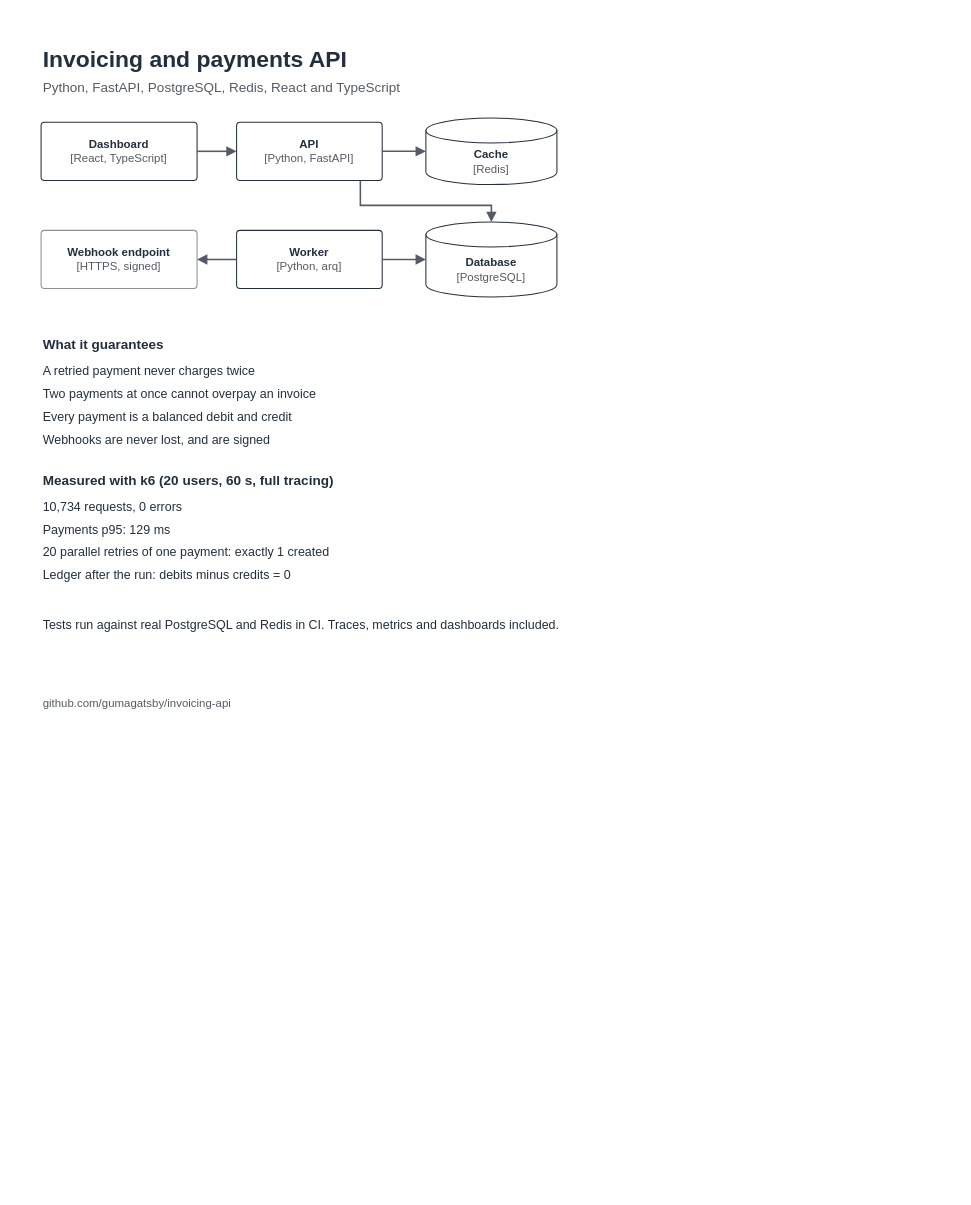
Earlier version of the draw.io diagram docs/linkedin-architecture.drawio (gumagatsby/invoicing-api). Source tidied: cells renumbered, new cells numbered last; positions are measured from the earlier drawing's top-left corner, leaving out a move shared by most shapes. Both pictures are drawn from the tidied source at 104%, with x=0, y=0 at pixel (18, 18). Pictures stored in the file or linked from it are replaced by grey dashed boxes.
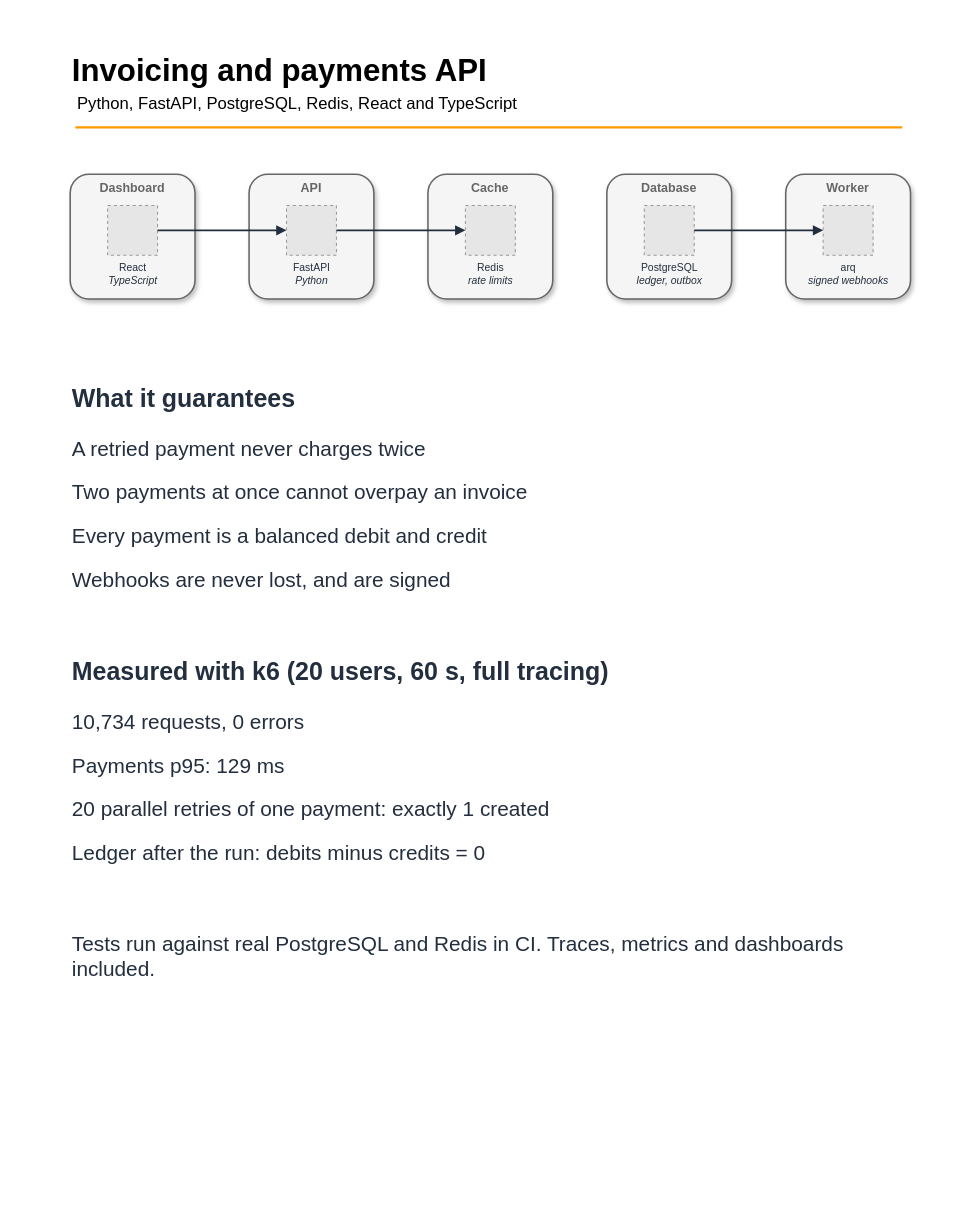
After the change.

Commit message (it also covers changes not shown here):
Redraw the flow diagram and LinkedIn card to match the architecture diagram

The edit, as a diff of the source:
```diff
@@
-<mxGraphModel background="#FFFFFF">
+<mxGraphModel>
@@
-    <mxCell id="2" style="rounded=0;fillColor=#FFFFFF;strokeColor=none;" parent="1" vertex="1">
-      <mxGeometry width="540" height="675" as="geometry" />
-    </mxCell>
+    <mxCell id="28" style="rounded=0;fillColor=none;strokeColor=none;" parent="1" vertex="1">
+      <mxGeometry width="900" height="1125" as="geometry" />
+    </mxCell>
+    <mxCell id="29" style="group;fontFamily=Helvetica;" parent="1" vertex="1">
+      <mxGeometry x="50" y="30" width="800" height="83" as="geometry" />
+    </mxCell>
-    <mxCell id="3" value="Invoicing and payments API" style="text;html=1;strokeColor=none;fillColor=none;align=left;verticalAlign=top;whiteSpace=wrap;fontSize=22;fontColor=#232F3E;fontStyle=1;" parent="1" vertex="1">
-      <mxGeometry x="22" y="20" width="500" height="30" as="geometry" />
+    <mxCell id="3" value="Invoicing and payments API" style="text;html=1;align=left;verticalAlign=top;spacingTop=-4;fontSize=30;fontStyle=1;fontFamily=Helvetica;" parent="29" vertex="1">
+      <mxGeometry width="800" height="42" as="geometry" />
     </mxCell>
-    <mxCell id="4" value="Python, FastAPI, PostgreSQL, Redis, React and TypeScript" style="text;html=1;strokeColor=none;fillColor=none;align=left;verticalAlign=top;whiteSpace=wrap;fontSize=13;fontColor=#545B64;fontStyle=0;" parent="1" vertex="1">
-      <mxGeometry x="22" y="52" width="500" height="20" as="geometry" />
+    <mxCell id="4" value="Python, FastAPI, PostgreSQL, Redis, React and TypeScript" style="text;html=1;align=left;verticalAlign=top;spacingTop=-4;fontSize=16;fontFamily=Helvetica;" parent="29" vertex="1">
+      <mxGeometry x="5" y="40" width="790" height="25" as="geometry" />
     </mxCell>
-    <mxCell id="5" value="&lt;b&gt;Dashboard&lt;/b&gt;&lt;br&gt;&lt;span style='color:#545B64'&gt;[React, TypeScript]&lt;/span&gt;" style="rounded=1;arcSize=6;whiteSpace=wrap;html=1;fillColor=#FFFFFF;strokeColor=#232F3E;strokeWidth=1;fontColor=#232F3E;fontSize=11;verticalAlign=middle;spacing=8;" parent="1" vertex="1">
-      <mxGeometry x="22" y="100" width="150" height="56" as="geometry" />
-    </mxCell>
-    <mxCell id="6" value="&lt;b&gt;API&lt;/b&gt;&lt;br&gt;&lt;span style='color:#545B64'&gt;[Python, FastAPI]&lt;/span&gt;" style="rounded=1;arcSize=6;whiteSpace=wrap;html=1;fillColor=#FFFFFF;strokeColor=#232F3E;strokeWidth=1;fontColor=#232F3E;fontSize=11;verticalAlign=middle;spacing=8;" parent="1" vertex="1">
-      <mxGeometry x="210" y="100" width="140" height="56" as="geometry" />
-    </mxCell>
-    <mxCell id="7" value="&lt;b&gt;Cache&lt;/b&gt;&lt;br&gt;&lt;span style='color:#545B64'&gt;[Redis]&lt;/span&gt;" style="shape=cylinder3;whiteSpace=wrap;html=1;boundedLbl=1;size=12;fillColor=#FFFFFF;strokeColor=#232F3E;strokeWidth=1;fontColor=#232F3E;fontSize=11;" parent="1" vertex="1">
-      <mxGeometry x="392" y="96" width="126" height="64" as="geometry" />
-    </mxCell>
-    <mxCell id="8" value="&lt;b&gt;Database&lt;/b&gt;&lt;br&gt;&lt;span style='color:#545B64'&gt;[PostgreSQL]&lt;/span&gt;" style="shape=cylinder3;whiteSpace=wrap;html=1;boundedLbl=1;size=12;fillColor=#FFFFFF;strokeColor=#232F3E;strokeWidth=1;fontColor=#232F3E;fontSize=11;" parent="1" vertex="1">
-      <mxGeometry x="392" y="196" width="126" height="72" as="geometry" />
-    </mxCell>
-    <mxCell id="9" value="&lt;b&gt;Worker&lt;/b&gt;&lt;br&gt;&lt;span style='color:#545B64'&gt;[Python, arq]&lt;/span&gt;" style="rounded=1;arcSize=6;whiteSpace=wrap;html=1;fillColor=#FFFFFF;strokeColor=#232F3E;strokeWidth=1;fontColor=#232F3E;fontSize=11;verticalAlign=middle;spacing=8;" parent="1" vertex="1">
-      <mxGeometry x="210" y="204" width="140" height="56" as="geometry" />
-    </mxCell>
-    <mxCell id="10" value="&lt;b&gt;Webhook endpoint&lt;/b&gt;&lt;br&gt;&lt;span style='color:#545B64'&gt;[HTTPS, signed]&lt;/span&gt;" style="rounded=1;arcSize=6;whiteSpace=wrap;html=1;fillColor=#FFFFFF;strokeColor=#879196;strokeWidth=1;fontColor=#232F3E;fontSize=11;verticalAlign=middle;spacing=8;" parent="1" vertex="1">
-      <mxGeometry x="22" y="204" width="150" height="56" as="geometry" />
-    </mxCell>
-    <mxCell id="11" style="edgeStyle=orthogonalEdgeStyle;rounded=0;html=1;endArrow=block;endFill=1;strokeColor=#545B64;strokeWidth=1.5;fontSize=11;fontColor=#232F3E;labelBackgroundColor=#FFFFFF;" parent="1" edge="1" source="5" target="6">
-      <mxGeometry relative="1" as="geometry" />
-    </mxCell>
-    <mxCell id="12" style="edgeStyle=orthogonalEdgeStyle;rounded=0;html=1;endArrow=block;endFill=1;strokeColor=#545B64;strokeWidth=1.5;fontSize=11;fontColor=#232F3E;labelBackgroundColor=#FFFFFF;" parent="1" edge="1" source="6" target="7">
-      <mxGeometry relative="1" as="geometry" />
-    </mxCell>
-    <mxCell id="13" style="edgeStyle=orthogonalEdgeStyle;rounded=0;html=1;endArrow=block;endFill=1;strokeColor=#545B64;strokeWidth=1.5;fontSize=11;fontColor=#232F3E;labelBackgroundColor=#FFFFFF;exitX=0.85;exitY=1;exitDx=0;exitDy=0;entryX=0.5;entryY=0;entryDx=0;entryDy=0;" parent="1" edge="1" source="6" target="8">
-      <mxGeometry relative="1" as="geometry">
-        <Array as="points">
-          <mxPoint x="329" y="180" />
-          <mxPoint x="455" y="180" />
-        </Array>
-      </mxGeometry>
-    </mxCell>
-    <mxCell id="14" style="edgeStyle=orthogonalEdgeStyle;rounded=0;html=1;endArrow=block;endFill=1;strokeColor=#545B64;strokeWidth=1.5;fontSize=11;fontColor=#232F3E;labelBackgroundColor=#FFFFFF;" parent="1" edge="1" source="9" target="8">
-      <mxGeometry relative="1" as="geometry" />
-    </mxCell>
-    <mxCell id="15" style="edgeStyle=orthogonalEdgeStyle;rounded=0;html=1;endArrow=block;endFill=1;strokeColor=#545B64;strokeWidth=1.5;fontSize=11;fontColor=#232F3E;labelBackgroundColor=#FFFFFF;" parent="1" edge="1" source="9" target="10">
-      <mxGeometry relative="1" as="geometry" />
-    </mxCell>
+    <mxCell id="30" style="line;strokeWidth=2;html=1;fontSize=14;strokeColor=#FF9900;fontFamily=Helvetica;" parent="29" vertex="1">
+      <mxGeometry x="5" y="70" width="795" height="10" as="geometry" />
+    </mxCell>
+    <mxCell id="31" value="Dashboard" style="fillColor=#F5F5F5;strokeColor=#666666;rounded=1;whiteSpace=wrap;html=1;verticalAlign=top;fontStyle=1;fontSize=12;fontColor=#666666;fontFamily=Helvetica;shadow=1;strokeWidth=1.5;" parent="1" vertex="1">
+      <mxGeometry x="50" y="150" width="120" height="120" as="geometry" />
+    </mxCell>
+    <mxCell id="32" value="React&lt;div&gt;&lt;i&gt;TypeScript&lt;/i&gt;&lt;/div&gt;" style="fillColor=#E6E6E6;strokeColor=#999999;dashed=1;verticalLabelPosition=bottom;verticalAlign=top;align=center;html=1;fontSize=10;fontColor=#232F3E;fontFamily=Helvetica;" parent="31" vertex="1">
+      <mxGeometry x="36" y="30" width="48" height="48" as="geometry" />
+    </mxCell>
+    <mxCell id="33" value="API" style="fillColor=#F5F5F5;strokeColor=#666666;rounded=1;whiteSpace=wrap;html=1;verticalAlign=top;fontStyle=1;fontSize=12;fontColor=#666666;fontFamily=Helvetica;shadow=1;strokeWidth=1.5;" parent="1" vertex="1">
+      <mxGeometry x="222" y="150" width="120" height="120" as="geometry" />
+    </mxCell>
+    <mxCell id="34" value="FastAPI&lt;div&gt;&lt;i&gt;Python&lt;/i&gt;&lt;/div&gt;" style="fillColor=#E6E6E6;strokeColor=#999999;dashed=1;verticalLabelPosition=bottom;verticalAlign=top;align=center;html=1;fontSize=10;fontColor=#232F3E;fontFamily=Helvetica;" parent="33" vertex="1">
+      <mxGeometry x="36" y="30" width="48" height="48" as="geometry" />
+    </mxCell>
+    <mxCell id="35" value="Cache" style="fillColor=#F5F5F5;strokeColor=#666666;rounded=1;whiteSpace=wrap;html=1;verticalAlign=top;fontStyle=1;fontSize=12;fontColor=#666666;fontFamily=Helvetica;shadow=1;strokeWidth=1.5;" parent="1" vertex="1">
+      <mxGeometry x="394" y="150" width="120" height="120" as="geometry" />
+    </mxCell>
+    <mxCell id="36" value="Redis&lt;div&gt;&lt;i&gt;rate limits&lt;/i&gt;&lt;/div&gt;" style="fillColor=#E6E6E6;strokeColor=#999999;dashed=1;verticalLabelPosition=bottom;verticalAlign=top;align=center;html=1;fontSize=10;fontColor=#232F3E;fontFamily=Helvetica;" parent="35" vertex="1">
+      <mxGeometry x="36" y="30" width="48" height="48" as="geometry" />
+    </mxCell>
+    <mxCell id="37" value="Database" style="fillColor=#F5F5F5;strokeColor=#666666;rounded=1;whiteSpace=wrap;html=1;verticalAlign=top;fontStyle=1;fontSize=12;fontColor=#666666;fontFamily=Helvetica;shadow=1;strokeWidth=1.5;" parent="1" vertex="1">
+      <mxGeometry x="566" y="150" width="120" height="120" as="geometry" />
+    </mxCell>
+    <mxCell id="38" value="PostgreSQL&lt;div&gt;&lt;i&gt;ledger, outbox&lt;/i&gt;&lt;/div&gt;" style="fillColor=#E6E6E6;strokeColor=#999999;dashed=1;verticalLabelPosition=bottom;verticalAlign=top;align=center;html=1;fontSize=10;fontColor=#232F3E;fontFamily=Helvetica;" parent="37" vertex="1">
+      <mxGeometry x="36" y="30" width="48" height="48" as="geometry" />
+    </mxCell>
+    <mxCell id="39" value="Worker" style="fillColor=#F5F5F5;strokeColor=#666666;rounded=1;whiteSpace=wrap;html=1;verticalAlign=top;fontStyle=1;fontSize=12;fontColor=#666666;fontFamily=Helvetica;shadow=1;strokeWidth=1.5;" parent="1" vertex="1">
+      <mxGeometry x="738" y="150" width="120" height="120" as="geometry" />
+    </mxCell>
+    <mxCell id="40" value="arq&lt;div&gt;&lt;i&gt;signed webhooks&lt;/i&gt;&lt;/div&gt;" style="fillColor=#E6E6E6;strokeColor=#999999;dashed=1;verticalLabelPosition=bottom;verticalAlign=top;align=center;html=1;fontSize=10;fontColor=#232F3E;fontFamily=Helvetica;" parent="39" vertex="1">
+      <mxGeometry x="36" y="30" width="48" height="48" as="geometry" />
+    </mxCell>
+    <mxCell id="41" style="edgeStyle=orthogonalEdgeStyle;rounded=0;jettySize=auto;html=1;endArrow=block;endFill=1;strokeWidth=1.5;strokeColor=light-dark(#232F3E,#D4D4D4);fontFamily=Helvetica;exitX=1;exitY=0.5;exitDx=0;exitDy=0;entryX=0;entryY=0.5;entryDx=0;entryDy=0;" parent="1" edge="1" source="32" target="34">
+      <mxGeometry relative="1" as="geometry" />
+    </mxCell>
+    <mxCell id="42" style="edgeStyle=orthogonalEdgeStyle;rounded=0;jettySize=auto;html=1;endArrow=block;endFill=1;strokeWidth=1.5;strokeColor=light-dark(#232F3E,#D4D4D4);fontFamily=Helvetica;exitX=1;exitY=0.5;exitDx=0;exitDy=0;entryX=0;entryY=0.5;entryDx=0;entryDy=0;" parent="1" edge="1" source="34" target="36">
+      <mxGeometry relative="1" as="geometry" />
+    </mxCell>
+    <mxCell id="43" style="edgeStyle=orthogonalEdgeStyle;rounded=0;jettySize=auto;html=1;endArrow=block;endFill=1;strokeWidth=1.5;strokeColor=light-dark(#232F3E,#D4D4D4);fontFamily=Helvetica;exitX=1;exitY=0.5;exitDx=0;exitDy=0;entryX=0;entryY=0.5;entryDx=0;entryDy=0;" parent="1" edge="1" source="38" target="40">
+      <mxGeometry relative="1" as="geometry" />
+    </mxCell>
-    <mxCell id="16" value="What it guarantees" style="text;html=1;strokeColor=none;fillColor=none;align=left;verticalAlign=top;whiteSpace=wrap;fontSize=13;fontColor=#232F3E;fontStyle=1;" parent="1" vertex="1">
-      <mxGeometry x="22" y="300" width="500" height="20" as="geometry" />
+    <mxCell id="16" value="What it guarantees" style="text;html=1;align=left;verticalAlign=top;whiteSpace=wrap;fontFamily=Helvetica;fontColor=light-dark(#232F3E,#D4D4D4);fontSize=24;fontStyle=1;" parent="1" vertex="1">
+      <mxGeometry x="50" y="345" width="800" height="34" as="geometry" />
     </mxCell>
-    <mxCell id="17" value="A retried payment never charges twice" style="text;html=1;strokeColor=none;fillColor=none;align=left;verticalAlign=top;whiteSpace=wrap;fontSize=12;fontColor=#232F3E;fontStyle=0;" parent="1" vertex="1">
-      <mxGeometry x="22" y="326" width="500" height="20" as="geometry" />
+    <mxCell id="17" value="A retried payment never charges twice" style="text;html=1;align=left;verticalAlign=top;whiteSpace=wrap;fontFamily=Helvetica;fontColor=light-dark(#232F3E,#D4D4D4);fontSize=20;" parent="1" vertex="1">
+      <mxGeometry x="50" y="395" width="800" height="34" as="geometry" />
     </mxCell>
-    <mxCell id="18" value="Two payments at once cannot overpay an invoice" style="text;html=1;strokeColor=none;fillColor=none;align=left;verticalAlign=top;whiteSpace=wrap;fontSize=12;fontColor=#232F3E;fontStyle=0;" parent="1" vertex="1">
-      <mxGeometry x="22" y="348" width="500" height="20" as="geometry" />
+    <mxCell id="18" value="Two payments at once cannot overpay an invoice" style="text;html=1;align=left;verticalAlign=top;whiteSpace=wrap;fontFamily=Helvetica;fontColor=light-dark(#232F3E,#D4D4D4);fontSize=20;" parent="1" vertex="1">
+      <mxGeometry x="50" y="437" width="800" height="34" as="geometry" />
     </mxCell>
-    <mxCell id="19" value="Every payment is a balanced debit and credit" style="text;html=1;strokeColor=none;fillColor=none;align=left;verticalAlign=top;whiteSpace=wrap;fontSize=12;fontColor=#232F3E;fontStyle=0;" parent="1" vertex="1">
-      <mxGeometry x="22" y="370" width="500" height="20" as="geometry" />
+    <mxCell id="19" value="Every payment is a balanced debit and credit" style="text;html=1;align=left;verticalAlign=top;whiteSpace=wrap;fontFamily=Helvetica;fontColor=light-dark(#232F3E,#D4D4D4);fontSize=20;" parent="1" vertex="1">
+      <mxGeometry x="50" y="479" width="800" height="34" as="geometry" />
     </mxCell>
-    <mxCell id="20" value="Webhooks are never lost, and are signed" style="text;html=1;strokeColor=none;fillColor=none;align=left;verticalAlign=top;whiteSpace=wrap;fontSize=12;fontColor=#232F3E;fontStyle=0;" parent="1" vertex="1">
-      <mxGeometry x="22" y="392" width="500" height="20" as="geometry" />
+    <mxCell id="20" value="Webhooks are never lost, and are signed" style="text;html=1;align=left;verticalAlign=top;whiteSpace=wrap;fontFamily=Helvetica;fontColor=light-dark(#232F3E,#D4D4D4);fontSize=20;" parent="1" vertex="1">
+      <mxGeometry x="50" y="521" width="800" height="34" as="geometry" />
     </mxCell>
-    <mxCell id="21" value="Measured with k6 (20 users, 60 s, full tracing)" style="text;html=1;strokeColor=none;fillColor=none;align=left;verticalAlign=top;whiteSpace=wrap;fontSize=13;fontColor=#232F3E;fontStyle=1;" parent="1" vertex="1">
-      <mxGeometry x="22" y="430" width="500" height="20" as="geometry" />
+    <mxCell id="21" value="Measured with k6 (20 users, 60 s, full tracing)" style="text;html=1;align=left;verticalAlign=top;whiteSpace=wrap;fontFamily=Helvetica;fontColor=light-dark(#232F3E,#D4D4D4);fontSize=24;fontStyle=1;" parent="1" vertex="1">
+      <mxGeometry x="50" y="608" width="800" height="34" as="geometry" />
     </mxCell>
-    <mxCell id="22" value="10,734 requests, 0 errors" style="text;html=1;strokeColor=none;fillColor=none;align=left;verticalAlign=top;whiteSpace=wrap;fontSize=12;fontColor=#232F3E;fontStyle=0;" parent="1" vertex="1">
-      <mxGeometry x="22" y="456" width="500" height="20" as="geometry" />
+    <mxCell id="22" value="10,734 requests, 0 errors" style="text;html=1;align=left;verticalAlign=top;whiteSpace=wrap;fontFamily=Helvetica;fontColor=light-dark(#232F3E,#D4D4D4);fontSize=20;" parent="1" vertex="1">
+      <mxGeometry x="50" y="658" width="800" height="34" as="geometry" />
     </mxCell>
-    <mxCell id="23" value="Payments p95: 129 ms" style="text;html=1;strokeColor=none;fillColor=none;align=left;verticalAlign=top;whiteSpace=wrap;fontSize=12;fontColor=#232F3E;fontStyle=0;" parent="1" vertex="1">
-      <mxGeometry x="22" y="478" width="500" height="20" as="geometry" />
+    <mxCell id="23" value="Payments p95: 129 ms" style="text;html=1;align=left;verticalAlign=top;whiteSpace=wrap;fontFamily=Helvetica;fontColor=light-dark(#232F3E,#D4D4D4);fontSize=20;" parent="1" vertex="1">
+      <mxGeometry x="50" y="700" width="800" height="34" as="geometry" />
     </mxCell>
-    <mxCell id="24" value="20 parallel retries of one payment: exactly 1 created" style="text;html=1;strokeColor=none;fillColor=none;align=left;verticalAlign=top;whiteSpace=wrap;fontSize=12;fontColor=#232F3E;fontStyle=0;" parent="1" vertex="1">
-      <mxGeometry x="22" y="500" width="500" height="20" as="geometry" />
+    <mxCell id="24" value="20 parallel retries of one payment: exactly 1 created" style="text;html=1;align=left;verticalAlign=top;whiteSpace=wrap;fontFamily=Helvetica;fontColor=light-dark(#232F3E,#D4D4D4);fontSize=20;" parent="1" vertex="1">
+      <mxGeometry x="50" y="742" width="800" height="34" as="geometry" />
     </mxCell>
-    <mxCell id="25" value="Ledger after the run: debits minus credits = 0" style="text;html=1;strokeColor=none;fillColor=none;align=left;verticalAlign=top;whiteSpace=wrap;fontSize=12;fontColor=#232F3E;fontStyle=0;" parent="1" vertex="1">
-      <mxGeometry x="22" y="522" width="500" height="20" as="geometry" />
+    <mxCell id="25" value="Ledger after the run: debits minus credits = 0" style="text;html=1;align=left;verticalAlign=top;whiteSpace=wrap;fontFamily=Helvetica;fontColor=light-dark(#232F3E,#D4D4D4);fontSize=20;" parent="1" vertex="1">
+      <mxGeometry x="50" y="784" width="800" height="34" as="geometry" />
     </mxCell>
-    <mxCell id="26" value="Tests run against real PostgreSQL and Redis in CI. Traces, metrics and dashboards included." style="text;html=1;strokeColor=none;fillColor=none;align=left;verticalAlign=top;whiteSpace=wrap;fontSize=12;fontColor=#232F3E;fontStyle=0;" parent="1" vertex="1">
-      <mxGeometry x="22" y="570" width="500" height="36" as="geometry" />
+    <mxCell id="26" value="Tests run against real PostgreSQL and Redis in CI. Traces, metrics and dashboards included." style="text;html=1;align=left;verticalAlign=top;whiteSpace=wrap;fontFamily=Helvetica;fontColor=light-dark(#232F3E,#D4D4D4);fontSize=20;" parent="1" vertex="1">
+      <mxGeometry x="50" y="871" width="800" height="60" as="geometry" />
     </mxCell>
-    <mxCell id="27" value="github.com/gumagatsby/invoicing-api" style="text;html=1;strokeColor=none;fillColor=none;align=left;verticalAlign=top;whiteSpace=wrap;fontSize=11;fontColor=#545B64;fontStyle=0;" parent="1" vertex="1">
-      <mxGeometry x="22" y="646" width="500" height="18" as="geometry" />
-    </mxCell>
```
